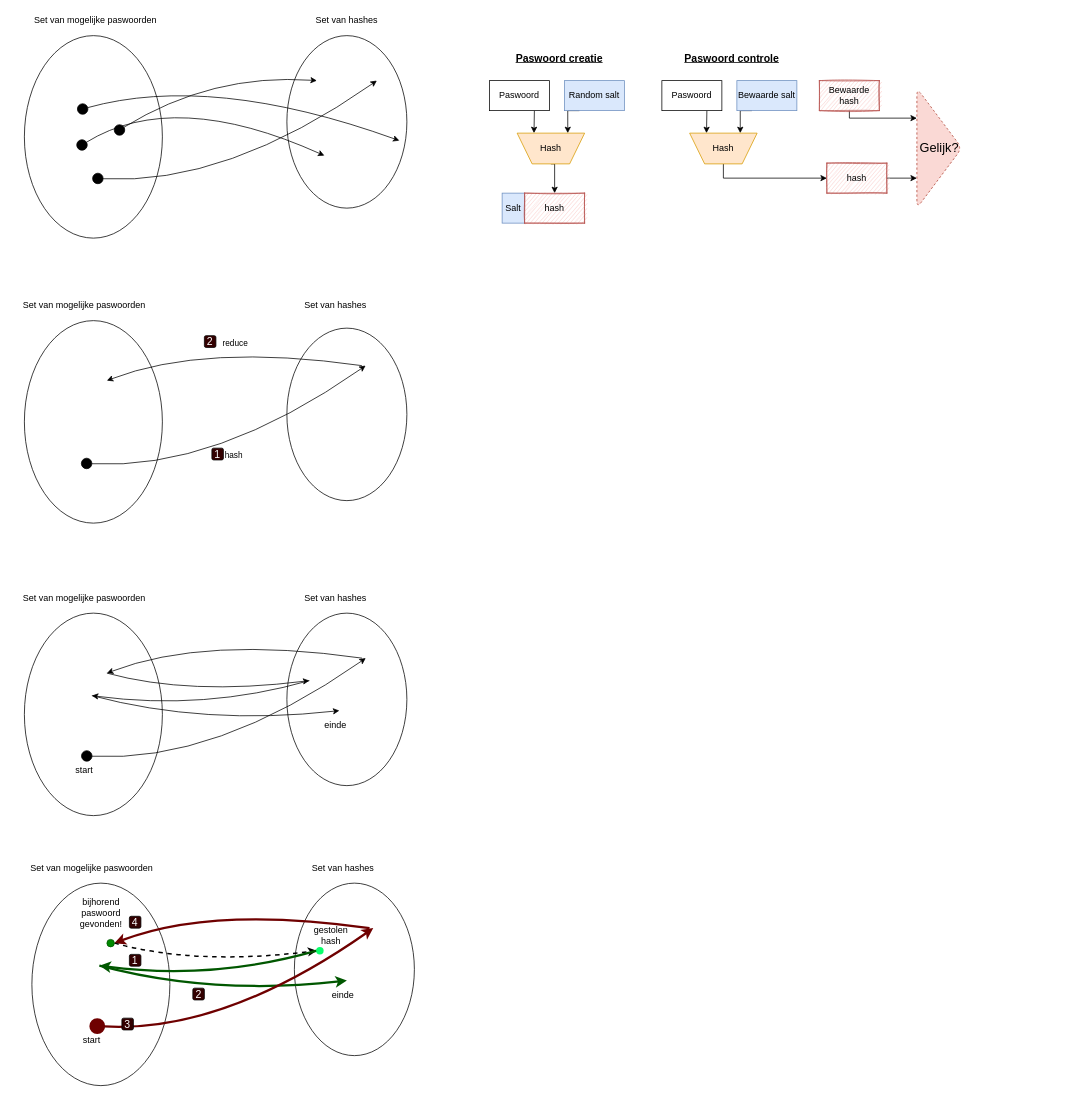
Earlier version of the draw.io diagram page "auth" (9 of 9) of Manuscript/assets/originals/crypto.drawio (timdams/cyberboswachters_boek). Source tidied: cells renumbered, new cells numbered last; positions are measured from the earlier drawing's top-left corner, leaving out a move shared by most shapes. Both pictures are drawn from the tidied source at 75%, with x=0, y=0 at pixel (13, 13). Pictures stored in the file or linked from it are replaced by grey dashed boxes.
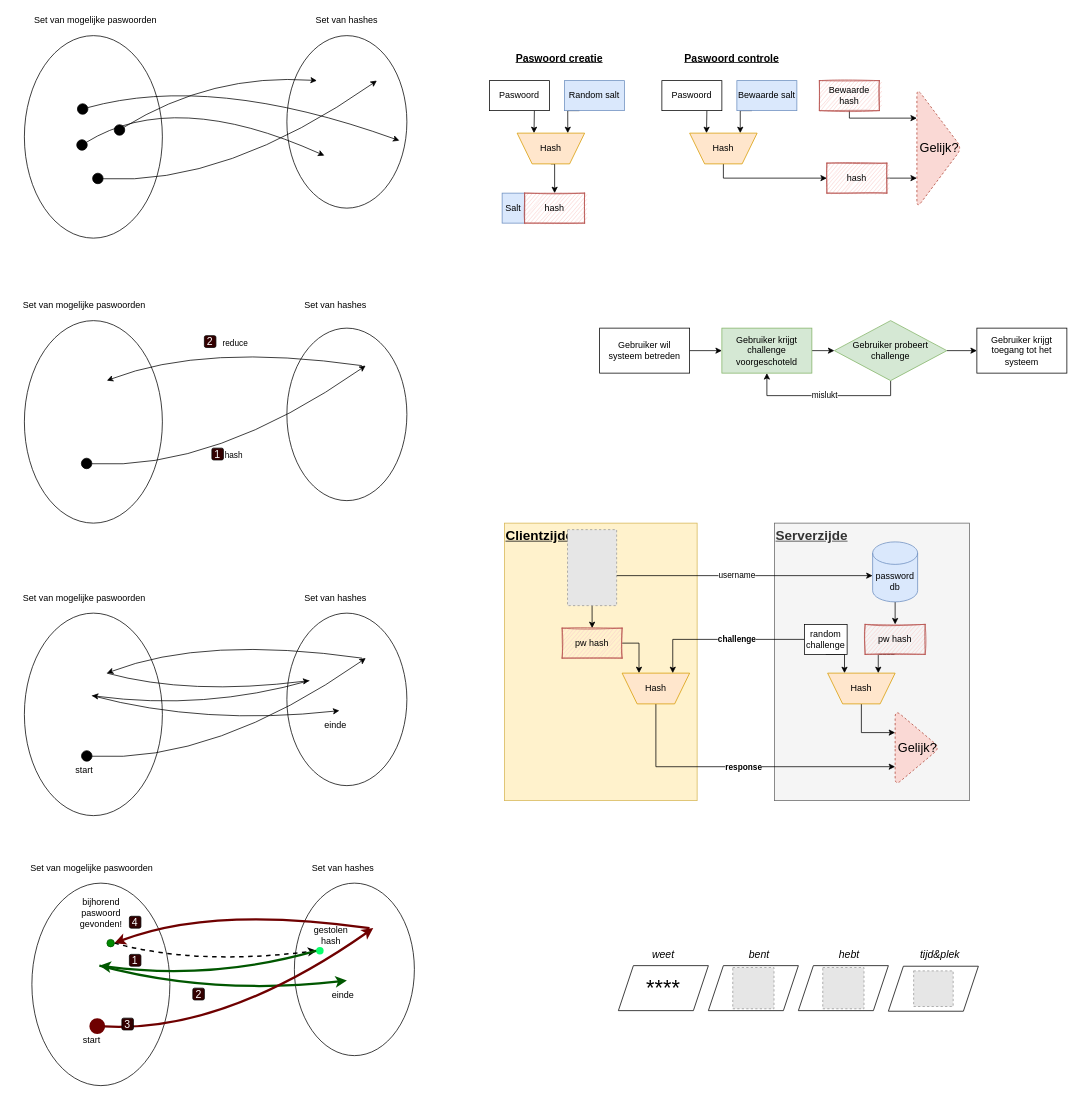
The same page after the edit.

Diff of the diagram source:
```diff
@@
+    <mxCell id="71" value="Clientzijde" style="rounded=0;whiteSpace=wrap;html=1;fillColor=#fff2cc;strokeColor=#d6b656;horizontal=1;align=left;verticalAlign=top;fontStyle=5;fontSize=18;" parent="1" vertex="1">
+      <mxGeometry x="655" y="680" width="257" height="370" as="geometry" />
+    </mxCell>
+    <mxCell id="72" value="Serverzijde" style="rounded=0;whiteSpace=wrap;html=1;fillColor=#f5f5f5;strokeColor=#666666;fontColor=#333333;horizontal=1;align=left;verticalAlign=top;fontStyle=5;fontSize=18;" parent="1" vertex="1">
+      <mxGeometry x="1015" y="680" width="260" height="370" as="geometry" />
+    </mxCell>
@@
+    <mxCell id="73" style="edgeStyle=orthogonalEdgeStyle;rounded=0;jettySize=auto;html=1;exitX=1;exitY=0.5;exitDx=0;exitDy=0;entryX=0;entryY=0.5;entryDx=0;entryDy=0;" parent="1" edge="1" source="74" target="76">
+      <mxGeometry relative="1" as="geometry" />
+    </mxCell>
+    <mxCell id="74" value="Gebruiker wil systeem betreden" style="rounded=0;whiteSpace=wrap;html=1;" parent="1" vertex="1">
+      <mxGeometry x="782" y="420" width="120" height="60" as="geometry" />
+    </mxCell>
+    <mxCell id="75" style="edgeStyle=orthogonalEdgeStyle;rounded=0;jettySize=auto;html=1;exitX=1;exitY=0.5;exitDx=0;exitDy=0;entryX=0;entryY=0.5;entryDx=0;entryDy=0;" parent="1" edge="1" source="76" target="79">
+      <mxGeometry relative="1" as="geometry" />
+    </mxCell>
+    <mxCell id="76" value="Gebruiker krijgt challenge voorgeschoteld" style="rounded=0;whiteSpace=wrap;html=1;fillColor=#d5e8d4;strokeColor=#82b366;" parent="1" vertex="1">
+      <mxGeometry x="945" y="420" width="120" height="60" as="geometry" />
+    </mxCell>
+    <mxCell id="77" value="mislukt" style="edgeStyle=orthogonalEdgeStyle;rounded=0;jettySize=auto;html=1;exitX=0.5;exitY=1;exitDx=0;exitDy=0;entryX=0.5;entryY=1;entryDx=0;entryDy=0;" parent="1" edge="1" source="79" target="76">
+      <mxGeometry relative="1" as="geometry" />
+    </mxCell>
+    <mxCell id="78" style="edgeStyle=orthogonalEdgeStyle;rounded=0;jettySize=auto;html=1;exitX=1;exitY=0.5;exitDx=0;exitDy=0;entryX=0;entryY=0.5;entryDx=0;entryDy=0;" parent="1" edge="1" source="79" target="80">
+      <mxGeometry relative="1" as="geometry" />
+    </mxCell>
+    <mxCell id="79" value="Gebruiker probeert challenge" style="rhombus;whiteSpace=wrap;html=1;fillColor=#d5e8d4;strokeColor=#82b366;" parent="1" vertex="1">
+      <mxGeometry x="1095" y="410" width="150" height="80" as="geometry" />
+    </mxCell>
+    <mxCell id="80" value="Gebruiker krijgt toegang tot het systeem" style="rounded=0;whiteSpace=wrap;html=1;" parent="1" vertex="1">
+      <mxGeometry x="1285" y="420" width="120" height="60" as="geometry" />
+    </mxCell>
+    <mxCell id="81" style="edgeStyle=orthogonalEdgeStyle;rounded=0;jettySize=auto;html=1;exitX=0.5;exitY=1;exitDx=0;exitDy=0;exitPerimeter=0;entryX=0.5;entryY=0;entryDx=0;entryDy=0;" parent="1" edge="1" source="82" target="84">
+      <mxGeometry relative="1" as="geometry" />
+    </mxCell>
+    <mxCell id="82" value="password db" style="shape=cylinder3;whiteSpace=wrap;html=1;boundedLbl=1;backgroundOutline=1;size=15;fillColor=#dae8fc;strokeColor=#6c8ebf;" parent="1" vertex="1">
+      <mxGeometry x="1146" y="705" width="60" height="80" as="geometry" />
+    </mxCell>
+    <mxCell id="83" style="edgeStyle=orthogonalEdgeStyle;rounded=0;jettySize=auto;html=1;exitX=0.5;exitY=1;exitDx=0;exitDy=0;entryX=0.25;entryY=1;entryDx=0;entryDy=0;" parent="1" edge="1" source="84" target="97">
+      <mxGeometry relative="1" as="geometry" />
+    </mxCell>
+    <mxCell id="84" value="pw hash" style="rounded=0;whiteSpace=wrap;html=1;align=center;fillColor=#f8cecc;strokeColor=#b85450;sketch=1;" parent="1" vertex="1">
+      <mxGeometry x="1136" y="815" width="80" height="40" as="geometry" />
+    </mxCell>
+    <mxCell id="85" style="edgeStyle=orthogonalEdgeStyle;rounded=0;jettySize=auto;html=1;exitX=0.5;exitY=1;exitDx=0;exitDy=0;entryX=0.5;entryY=0;entryDx=0;entryDy=0;" parent="1" edge="1" source="86" target="89">
+      <mxGeometry relative="1" as="geometry" />
+    </mxCell>
+    <mxCell id="86" style="fillColor=#E6E6E6;strokeColor=#999999;dashed=1;verticalLabelPosition=bottom;labelBackgroundColor=#ffffff;verticalAlign=top;" parent="1" vertex="1">
+      <mxGeometry x="739.2" y="688.7" width="65.5" height="101.3" as="geometry" />
+    </mxCell>
+    <mxCell id="87" value="username" style="endArrow=classic;html=1;" parent="1" edge="1">
+      <mxGeometry x="-0.06" relative="1" as="geometry">
+        <mxPoint x="805" y="750" as="sourcePoint" />
+        <mxPoint x="1146" y="750" as="targetPoint" />
+      </mxGeometry>
+    </mxCell>
+    <mxCell id="88" style="edgeStyle=orthogonalEdgeStyle;rounded=0;jettySize=auto;html=1;exitX=1;exitY=0.5;exitDx=0;exitDy=0;entryX=0.75;entryY=1;entryDx=0;entryDy=0;" parent="1" edge="1" source="89" target="91">
+      <mxGeometry relative="1" as="geometry" />
+    </mxCell>
+    <mxCell id="89" value="pw hash" style="rounded=0;whiteSpace=wrap;html=1;align=center;fillColor=#f8cecc;strokeColor=#b85450;sketch=1;" parent="1" vertex="1">
+      <mxGeometry x="732" y="820" width="80" height="40" as="geometry" />
+    </mxCell>
+    <mxCell id="90" value="response" style="edgeStyle=orthogonalEdgeStyle;rounded=0;jettySize=auto;html=1;exitX=0.5;exitY=0;exitDx=0;exitDy=0;entryX=0;entryY=0.75;entryDx=0;entryDy=0;fontStyle=1;" parent="1" edge="1" source="91" target="99">
+      <mxGeometry relative="1" as="geometry" />
+    </mxCell>
+    <mxCell id="91" style="shape=trapezoid;perimeter=trapezoidPerimeter;whiteSpace=wrap;html=1;fixedSize=1;fillColor=#ffe6cc;align=center;rotation=-180;strokeColor=#d79b00;" parent="1" vertex="1">
+      <mxGeometry x="812" y="880" width="90" height="41" as="geometry" />
+    </mxCell>
+    <mxCell id="92" value="Hash" style="text;html=1;strokeColor=none;fillColor=none;align=center;verticalAlign=middle;whiteSpace=wrap;rounded=0;sketch=1;fontFamily=Helvetica;fontSize=12;" parent="1" vertex="1">
+      <mxGeometry x="837" y="890" width="40" height="20" as="geometry" />
+    </mxCell>
+    <mxCell id="93" value="challenge" style="edgeStyle=orthogonalEdgeStyle;rounded=0;jettySize=auto;html=1;exitX=0;exitY=0.5;exitDx=0;exitDy=0;entryX=0.25;entryY=1;entryDx=0;entryDy=0;fontStyle=1;" parent="1" edge="1" source="95" target="91">
+      <mxGeometry x="-0.18" relative="1" as="geometry" />
+    </mxCell>
+    <mxCell id="94" style="edgeStyle=orthogonalEdgeStyle;rounded=0;jettySize=auto;html=1;exitX=0.5;exitY=1;exitDx=0;exitDy=0;entryX=0.75;entryY=1;entryDx=0;entryDy=0;" parent="1" edge="1" source="95" target="97">
+      <mxGeometry relative="1" as="geometry" />
+    </mxCell>
+    <mxCell id="95" value="random challenge" style="rounded=0;whiteSpace=wrap;html=1;" parent="1" vertex="1">
+      <mxGeometry x="1055" y="815" width="57" height="40" as="geometry" />
+    </mxCell>
+    <mxCell id="96" style="edgeStyle=orthogonalEdgeStyle;rounded=0;jettySize=auto;html=1;exitX=0.5;exitY=0;exitDx=0;exitDy=0;entryX=0;entryY=0.3;entryDx=0;entryDy=0;entryPerimeter=0;" parent="1" edge="1" source="97" target="99">
+      <mxGeometry relative="1" as="geometry" />
+    </mxCell>
+    <mxCell id="97" style="shape=trapezoid;perimeter=trapezoidPerimeter;whiteSpace=wrap;html=1;fixedSize=1;fillColor=#ffe6cc;align=center;rotation=-180;strokeColor=#d79b00;" parent="1" vertex="1">
+      <mxGeometry x="1086" y="880" width="90" height="41" as="geometry" />
+    </mxCell>
+    <mxCell id="98" value="Hash" style="text;html=1;strokeColor=none;fillColor=none;align=center;verticalAlign=middle;whiteSpace=wrap;rounded=0;sketch=1;fontFamily=Helvetica;fontSize=12;" parent="1" vertex="1">
+      <mxGeometry x="1111" y="890" width="40" height="20" as="geometry" />
+    </mxCell>
+    <mxCell id="99" value="Gelijk?" style="triangle;whiteSpace=wrap;html=1;rounded=1;shadow=0;glass=0;dashed=1;sketch=0;strokeColor=#ae4132;strokeWidth=1;fillColor=#fad9d5;fontSize=17;align=center;" parent="1" vertex="1">
+      <mxGeometry x="1176" y="929" width="60" height="101" as="geometry" />
+    </mxCell>
+    <mxCell id="100" value="&lt;font style=&quot;font-size: 29px;&quot;&gt;****&lt;/font&gt;" style="shape=parallelogram;perimeter=parallelogramPerimeter;whiteSpace=wrap;html=1;fixedSize=1;fontSize=29;" parent="1" vertex="1">
+      <mxGeometry x="807" y="1270" width="120" height="60" as="geometry" />
+    </mxCell>
+    <mxCell id="101" style="shape=parallelogram;perimeter=parallelogramPerimeter;whiteSpace=wrap;html=1;fixedSize=1;fontSize=29;" parent="1" vertex="1">
+      <mxGeometry x="927" y="1270" width="120" height="60" as="geometry" />
+    </mxCell>
+    <mxCell id="102" style="fillColor=#E6E6E6;strokeColor=#999999;dashed=1;verticalLabelPosition=bottom;labelBackgroundColor=#ffffff;verticalAlign=top;" parent="1" vertex="1">
+      <mxGeometry x="959.5" y="1272.5" width="55" height="55" as="geometry" />
+    </mxCell>
+    <mxCell id="103" style="shape=parallelogram;perimeter=parallelogramPerimeter;whiteSpace=wrap;html=1;fixedSize=1;fontSize=29;" parent="1" vertex="1">
+      <mxGeometry x="1047" y="1270" width="120" height="60" as="geometry" />
+    </mxCell>
+    <mxCell id="104" style="fillColor=#E6E6E6;strokeColor=#999999;dashed=1;verticalLabelPosition=bottom;labelBackgroundColor=#ffffff;verticalAlign=top;" parent="1" vertex="1">
+      <mxGeometry x="1079.5" y="1272.5" width="55" height="55" as="geometry" />
+    </mxCell>
+    <mxCell id="105" style="shape=parallelogram;perimeter=parallelogramPerimeter;whiteSpace=wrap;html=1;fixedSize=1;fontSize=29;" parent="1" vertex="1">
+      <mxGeometry x="1167" y="1270.8" width="120" height="60" as="geometry" />
+    </mxCell>
+    <mxCell id="106" style="fillColor=#E6E6E6;strokeColor=#999999;dashed=1;verticalLabelPosition=bottom;labelBackgroundColor=#ffffff;verticalAlign=top;" parent="1" vertex="1">
+      <mxGeometry x="1200.7" y="1277" width="52.7" height="47.5" as="geometry" />
+    </mxCell>
+    <mxCell id="107" value="&lt;font style=&quot;font-size: 14px&quot;&gt;weet&lt;/font&gt;" style="text;html=1;strokeColor=none;fillColor=none;align=center;verticalAlign=middle;whiteSpace=wrap;rounded=0;fontSize=29;fontStyle=2;" parent="1" vertex="1">
+      <mxGeometry x="847" y="1240" width="40" height="20" as="geometry" />
+    </mxCell>
+    <mxCell id="108" value="&lt;font style=&quot;font-size: 14px&quot;&gt;bent&lt;/font&gt;" style="text;html=1;strokeColor=none;fillColor=none;align=center;verticalAlign=middle;whiteSpace=wrap;rounded=0;fontSize=29;fontStyle=2;" parent="1" vertex="1">
+      <mxGeometry x="974.5" y="1240" width="40" height="20" as="geometry" />
+    </mxCell>
+    <mxCell id="109" value="&lt;font style=&quot;font-size: 14px&quot;&gt;hebt&lt;/font&gt;" style="text;html=1;strokeColor=none;fillColor=none;align=center;verticalAlign=middle;whiteSpace=wrap;rounded=0;fontSize=29;fontStyle=2;" parent="1" vertex="1">
+      <mxGeometry x="1094.5" y="1240" width="40" height="20" as="geometry" />
+    </mxCell>
+    <mxCell id="110" value="&lt;font style=&quot;font-size: 14px&quot;&gt;tijd&amp;amp;plek&lt;/font&gt;" style="text;html=1;strokeColor=none;fillColor=none;align=center;verticalAlign=middle;whiteSpace=wrap;rounded=0;fontSize=29;fontStyle=2;" parent="1" vertex="1">
+      <mxGeometry x="1216" y="1240" width="40" height="20" as="geometry" />
+    </mxCell>
```
